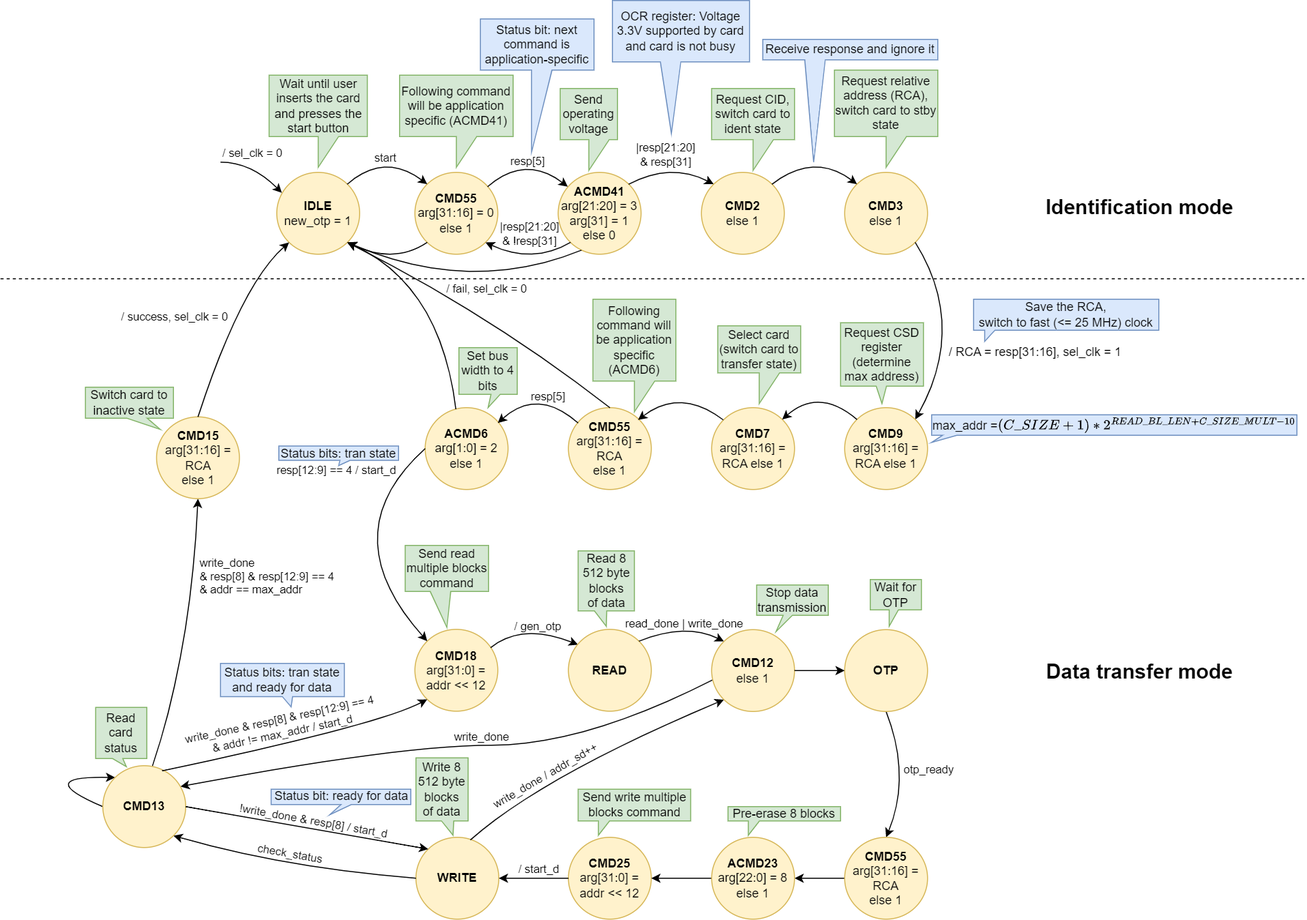
sirazenkov/GhostSD keeps this draw.io diagram as docs/SD/SD_fpga_states.png. Above is the earlier version. Source tidied: cells renumbered, new cells last; positions are measured from the earlier drawing's top-left corner, leaving out a move shared by most shapes.
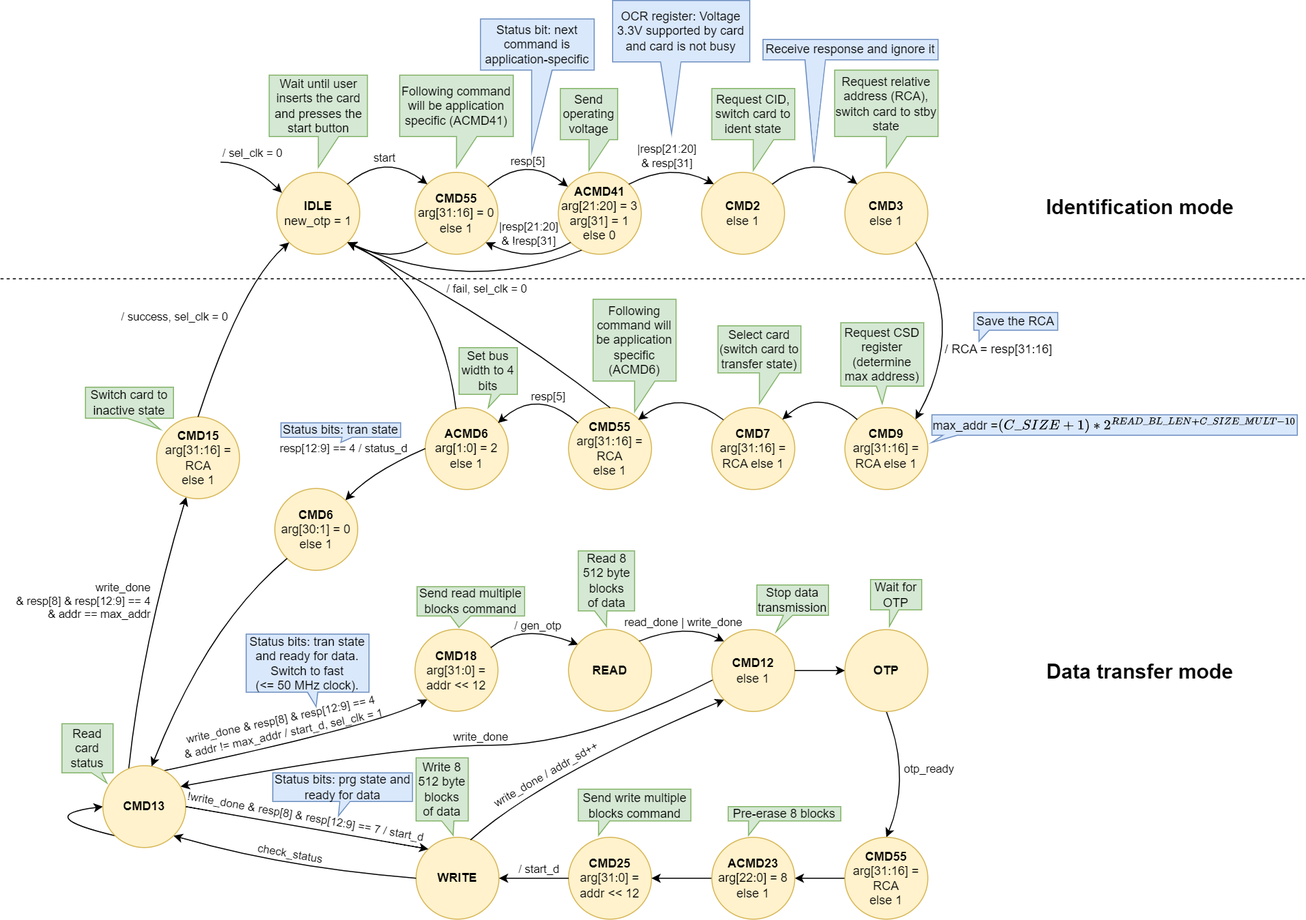
The same file after the commit.

The edit, as a diff of the source:
```diff
@@ -2,6 +2,19 @@
   <root>
     <mxCell id="0" />
     <mxCell id="1" parent="0" />
+    <mxCell id="97" style="curved=1;endArrow=none;html=1;rounded=0;startArrow=classic;startFill=1;endFill=0;exitX=0;exitY=1;exitDx=0;exitDy=0;" parent="1" edge="1" source="25">
+      <mxGeometry relative="1" as="geometry">
+        <mxPoint x="159" y="753" as="targetPoint" />
+        <Array as="points">
+          <mxPoint x="370" y="708" />
+        </Array>
+      </mxGeometry>
+    </mxCell>
+    <mxCell id="98" value="write_done &amp;amp; resp[8] &amp;amp; resp[12:9] == 4&lt;br&gt;&amp;amp; addr != max_addr / start_d, sel_clk = 1" style="edgeLabel;html=1;align=center;verticalAlign=middle;labelBackgroundColor=none;rotation=-12;" parent="97" vertex="1">
+      <mxGeometry x="-0.01" y="11" relative="1" as="geometry">
+        <mxPoint x="-20" y="-26" as="offset" />
+      </mxGeometry>
+    </mxCell>
     <mxCell id="2" value="&lt;b&gt;IDLE&lt;/b&gt;&lt;br&gt;new_otp = 1" style="ellipse;whiteSpace=wrap;html=1;fillColor=#fff2cc;strokeColor=#d6b656;" parent="1" vertex="1">
       <mxGeometry x="270" y="168" width="81" height="80" as="geometry" />
     </mxCell>
@@ -83,8 +96,8 @@
         </Array>
       </mxGeometry>
     </mxCell>
-    <mxCell id="17" value="/ RCA = resp[31:16], sel_clk = 1" style="text;html=1;align=center;verticalAlign=middle;strokeColor=none;fillColor=none;" parent="1" vertex="1">
-      <mxGeometry x="916" y="329" width="190" height="30" as="geometry" />
+    <mxCell id="17" value="/ RCA = resp[31:16]" style="text;html=1;align=center;verticalAlign=middle;strokeColor=none;fillColor=none;" parent="1" vertex="1">
+      <mxGeometry x="913" y="327" width="124" height="27" as="geometry" />
     </mxCell>
     <mxCell id="18" style="curved=1;endArrow=classic;html=1;rounded=0;exitX=1;exitY=1;exitDx=0;exitDy=0;entryX=1;entryY=0;entryDx=0;entryDy=0;" parent="1" edge="1" source="15" target="71">
       <mxGeometry relative="1" as="geometry">
@@ -128,18 +141,18 @@
     <mxCell id="25" value="&lt;b&gt;CMD18&lt;/b&gt;&lt;br&gt;arg[31:0] = addr &amp;lt;&amp;lt; 12" style="ellipse;whiteSpace=wrap;html=1;fillColor=#fff2cc;strokeColor=#d6b656;" parent="1" vertex="1">
       <mxGeometry x="405" y="614.7" width="81" height="80" as="geometry" />
     </mxCell>
-    <mxCell id="26" style="curved=1;endArrow=none;html=1;rounded=0;exitX=0;exitY=0;exitDx=0;exitDy=0;startArrow=classic;startFill=1;endFill=0;entryX=0;entryY=0.5;entryDx=0;entryDy=0;" parent="1" edge="1" source="25" target="22">
+    <mxCell id="26" style="curved=1;endArrow=none;html=1;rounded=0;exitX=1;exitY=0;exitDx=0;exitDy=0;startArrow=classic;startFill=1;endFill=0;entryX=0;entryY=0.5;entryDx=0;entryDy=0;" parent="1" edge="1" source="101" target="22">
       <mxGeometry relative="1" as="geometry">
         <Array as="points">
-          <mxPoint x="323" y="521" />
+          <mxPoint x="364" y="460" />
         </Array>
       </mxGeometry>
     </mxCell>
-    <mxCell id="27" value="resp[12:9] == 4 / start_d" style="edgeLabel;html=1;align=center;verticalAlign=middle;labelBackgroundColor=none;" parent="26" vertex="1">
-      <mxGeometry x="0.23" y="-13" relative="1" as="geometry">
-        <mxPoint x="-21" y="-57" as="offset" />
-      </mxGeometry>
-    </mxCell>
+    <mxCell id="100" value="resp[12:9] == 4 / status_d" style="edgeLabel;html=1;align=center;verticalAlign=middle;labelBackgroundColor=none;" parent="26" vertex="1">
+      <mxGeometry x="0.23" y="-13" relative="1" as="geometry">
+        <mxPoint x="-52" y="-27" as="offset" />
+      </mxGeometry>
+    </mxCell>
     <mxCell id="28" value="&lt;b&gt;CMD25&lt;/b&gt;&lt;br&gt;arg[31:0] = addr &amp;lt;&amp;lt; 12" style="ellipse;whiteSpace=wrap;html=1;fillColor=#fff2cc;strokeColor=#d6b656;" parent="1" vertex="1">
       <mxGeometry x="555" y="818" width="81" height="80" as="geometry" />
     </mxCell>
@@ -169,16 +182,16 @@
         <mxPoint x="-33" y="-22" as="offset" />
       </mxGeometry>
     </mxCell>
-    <mxCell id="33" style="curved=1;endArrow=classic;html=1;rounded=0;exitX=0.598;exitY=0.006;exitDx=0;exitDy=0;entryX=0.5;entryY=1;entryDx=0;entryDy=0;exitPerimeter=0;" parent="1" edge="1" source="86" target="35">
+    <mxCell id="33" style="curved=1;endArrow=classic;html=1;rounded=0;exitX=0.311;exitY=0.048;exitDx=0;exitDy=0;exitPerimeter=0;" parent="1" edge="1" source="86" target="35">
       <mxGeometry relative="1" as="geometry">
         <Array as="points">
-          <mxPoint x="186" y="636" />
+          <mxPoint x="138" y="630" />
         </Array>
       </mxGeometry>
     </mxCell>
-    <mxCell id="34" value="write_done &lt;br&gt;&amp;amp; resp[8] &amp;amp; resp[12:9] == 4&lt;br&gt;&amp;amp; addr == max_addr" style="edgeLabel;html=1;align=left;verticalAlign=middle;labelBackgroundColor=none;" parent="33" vertex="1">
+    <mxCell id="34" value="write_done &lt;br&gt;&amp;amp; resp[8] &amp;amp; resp[12:9] == 4&lt;br&gt;&amp;amp; addr == max_addr" style="edgeLabel;html=1;align=right;verticalAlign=middle;labelBackgroundColor=none;" parent="33" vertex="1">
       <mxGeometry x="0.31" y="-50" relative="1" as="geometry">
-        <mxPoint x="-46" y="-19" as="offset" />
+        <mxPoint x="-55" y="-4" as="offset" />
       </mxGeometry>
     </mxCell>
     <mxCell id="35" value="&lt;b&gt;CMD15&lt;/b&gt;&lt;br&gt;arg[31:16] = RCA&lt;br&gt;else 1" style="ellipse;whiteSpace=wrap;html=1;fillColor=#fff2cc;strokeColor=#d6b656;" parent="1" vertex="1">
@@ -228,8 +241,8 @@
         </Array>
       </mxGeometry>
     </mxCell>
-    <mxCell id="44" value="Send read multiple blocks command" style="shape=callout;whiteSpace=wrap;html=1;perimeter=calloutPerimeter;fillColor=#d5e8d4;strokeColor=#82b366;size=35;position=0.3;" parent="1" vertex="1">
-      <mxGeometry x="395.5" y="532.7" width="81.5" height="80" as="geometry" />
+    <mxCell id="44" value="Send read multiple blocks command" style="shape=callout;whiteSpace=wrap;html=1;perimeter=calloutPerimeter;fillColor=#d5e8d4;strokeColor=#82b366;size=11;position=0.31;position2=0.39;" parent="1" vertex="1">
+      <mxGeometry x="407" y="573" width="105" height="39.7" as="geometry" />
     </mxCell>
     <mxCell id="45" value="Send write multiple blocks command" style="shape=callout;whiteSpace=wrap;html=1;perimeter=calloutPerimeter;fillColor=#d5e8d4;strokeColor=#82b366;size=14;position=0.18;position2=0.18;base=11;" parent="1" vertex="1">
       <mxGeometry x="564.5" y="771" width="110" height="45" as="geometry" />
@@ -276,11 +289,11 @@
     <mxCell id="58" value="Receive response and ignore it" style="shape=callout;whiteSpace=wrap;html=1;perimeter=calloutPerimeter;fillColor=#dae8fc;strokeColor=#6c8ebf;size=100;position=0.24;position2=0.29;" parent="1" vertex="1">
       <mxGeometry x="745" y="38" width="171" height="120" as="geometry" />
     </mxCell>
-    <mxCell id="59" value="Save the RCA,&lt;br&gt;switch to fast (&amp;lt;= 25 MHz) clock" style="shape=callout;whiteSpace=wrap;html=1;perimeter=calloutPerimeter;fillColor=#dae8fc;strokeColor=#6c8ebf;size=11;position=0.06;position2=0.06;base=10;" parent="1" vertex="1">
-      <mxGeometry x="951" y="292" width="181" height="41.2" as="geometry" />
+    <mxCell id="59" value="Save the RCA" style="shape=callout;whiteSpace=wrap;html=1;perimeter=calloutPerimeter;fillColor=#dae8fc;strokeColor=#6c8ebf;size=11;position=0.06;position2=0.06;base=10;" parent="1" vertex="1">
+      <mxGeometry x="951" y="305" width="82" height="28.2" as="geometry" />
     </mxCell>
     <mxCell id="60" value="Status bits: tran state" style="shape=callout;whiteSpace=wrap;html=1;perimeter=calloutPerimeter;fillColor=#dae8fc;strokeColor=#6c8ebf;size=5;position=0.51;position2=0.5;base=10;" parent="1" vertex="1">
-      <mxGeometry x="272" y="435.4" width="117" height="19.1" as="geometry" />
+      <mxGeometry x="274" y="412.9" width="117" height="19.1" as="geometry" />
     </mxCell>
     <mxCell id="61" value="max_addr =\(&lt;br&gt;(C\_SIZE+1)*2^{READ\_BL\_LEN+C\_SIZE\_MULT-10}\)" style="shape=callout;whiteSpace=wrap;html=1;perimeter=calloutPerimeter;fillColor=#dae8fc;strokeColor=#6c8ebf;size=7;position=0.03;position2=0;base=14;" parent="1" vertex="1">
       <mxGeometry x="910" y="405" width="357" height="27" as="geometry" />
@@ -303,7 +316,7 @@
     </mxCell>
     <mxCell id="66" value="read_done | write_done" style="edgeLabel;html=1;align=center;verticalAlign=middle;" parent="65" vertex="1">
       <mxGeometry x="-0.04" y="-7" relative="1" as="geometry">
-        <mxPoint y="-8" as="offset" />
+        <mxPoint y="-9" as="offset" />
       </mxGeometry>
     </mxCell>
     <mxCell id="67" style="curved=1;endArrow=classic;html=1;rounded=0;entryX=1;entryY=0.5;entryDx=0;entryDy=0;exitX=0;exitY=0.5;exitDx=0;exitDy=0;" parent="1" edge="1" source="28" target="64">
@@ -387,10 +400,10 @@
         <mxPoint x="36" y="-3" as="offset" />
       </mxGeometry>
     </mxCell>
-    <mxCell id="84" style="curved=1;endArrow=none;html=1;rounded=0;startArrow=classic;startFill=1;endFill=0;exitX=0;exitY=0;exitDx=0;exitDy=0;entryX=0;entryY=0.5;entryDx=0;entryDy=0;" parent="1" edge="1" source="86" target="86">
+    <mxCell id="84" style="curved=1;endArrow=none;html=1;rounded=0;startArrow=classic;startFill=1;endFill=0;exitX=0;exitY=0.5;exitDx=0;exitDy=0;entryX=0;entryY=1;entryDx=0;entryDy=0;" parent="1" edge="1" source="86" target="86">
       <mxGeometry relative="1" as="geometry">
         <Array as="points">
-          <mxPoint x="30" y="758" />
+          <mxPoint x="30" y="797" />
         </Array>
       </mxGeometry>
     </mxCell>
@@ -418,34 +431,32 @@
     <mxCell id="92" style="curved=1;endArrow=none;html=1;rounded=0;startArrow=classic;startFill=1;endFill=0;exitX=0;exitY=0;exitDx=0;exitDy=0;entryX=1;entryY=0.5;entryDx=0;entryDy=0;" parent="1" edge="1" source="64" target="86">
       <mxGeometry relative="1" as="geometry" />
     </mxCell>
-    <mxCell id="93" value="!write_done &amp;amp; resp[8] / start_d" style="edgeLabel;html=1;align=center;verticalAlign=middle;labelBackgroundColor=none;rotation=10;" parent="92" vertex="1">
+    <mxCell id="93" value="!write_done &amp;amp; resp[8] &amp;amp; resp[12:9] == 7 / start_d" style="edgeLabel;html=1;align=center;verticalAlign=middle;labelBackgroundColor=none;rotation=10;" parent="92" vertex="1">
       <mxGeometry x="-0.01" y="11" relative="1" as="geometry">
-        <mxPoint x="6" y="-19" as="offset" />
+        <mxPoint x="-1" y="-22" as="offset" />
       </mxGeometry>
     </mxCell>
-    <mxCell id="94" value="Status bit: ready for data" style="shape=callout;whiteSpace=wrap;html=1;perimeter=calloutPerimeter;fillColor=#dae8fc;strokeColor=#6c8ebf;size=10;position=0.5;position2=0.42;base=10;" parent="1" vertex="1">
-      <mxGeometry x="264.5" y="771" width="136.5" height="25" as="geometry" />
+    <mxCell id="94" value="Status bits: prg state and ready for data" style="shape=callout;whiteSpace=wrap;html=1;perimeter=calloutPerimeter;fillColor=#dae8fc;strokeColor=#6c8ebf;size=14;position=0.48;position2=0.47;base=10;" parent="1" vertex="1">
+      <mxGeometry x="266" y="755" width="136.5" height="42" as="geometry" />
     </mxCell>
-    <mxCell id="95" value="Read card status" style="shape=callout;whiteSpace=wrap;html=1;perimeter=calloutPerimeter;fillColor=#d5e8d4;strokeColor=#82b366;size=8;position=0.33;position2=0.6;base=10;" parent="1" vertex="1">
-      <mxGeometry x="93" y="691" width="50" height="58" as="geometry" />
+    <mxCell id="95" value="Read card status" style="shape=callout;whiteSpace=wrap;html=1;perimeter=calloutPerimeter;fillColor=#d5e8d4;strokeColor=#82b366;size=10;position=0.58;position2=0.88;base=10;" parent="1" vertex="1">
+      <mxGeometry x="60" y="707" width="50" height="58" as="geometry" />
     </mxCell>
     <mxCell id="96" value="Wait for OTP" style="shape=callout;whiteSpace=wrap;html=1;perimeter=calloutPerimeter;fillColor=#d5e8d4;strokeColor=#82b366;size=16;position=0.37;position2=0.37;base=9;" parent="1" vertex="1">
       <mxGeometry x="850" y="566" width="50" height="45.7" as="geometry" />
     </mxCell>
-    <mxCell id="97" style="curved=1;endArrow=none;html=1;rounded=0;startArrow=classic;startFill=1;endFill=0;exitX=0;exitY=1;exitDx=0;exitDy=0;entryX=0.716;entryY=0.063;entryDx=0;entryDy=0;entryPerimeter=0;" parent="1" edge="1" source="25" target="86">
-      <mxGeometry relative="1" as="geometry">
-        <Array as="points">
-          <mxPoint x="370" y="708" />
-        </Array>
-      </mxGeometry>
-    </mxCell>
-    <mxCell id="98" value="write_done &amp;amp; resp[8] &amp;amp; resp[12:9] == 4&lt;br&gt;&amp;amp; addr != max_addr / start_d" style="edgeLabel;html=1;align=center;verticalAlign=middle;labelBackgroundColor=none;rotation=-12;" parent="97" vertex="1">
-      <mxGeometry x="-0.01" y="11" relative="1" as="geometry">
-        <mxPoint x="-20" y="-26" as="offset" />
-      </mxGeometry>
-    </mxCell>
-    <mxCell id="99" value="Status bits: tran state and ready for data" style="shape=callout;whiteSpace=wrap;html=1;perimeter=calloutPerimeter;fillColor=#dae8fc;strokeColor=#6c8ebf;size=10;position=0.5;position2=0.57;base=10;" parent="1" vertex="1">
-      <mxGeometry x="215" y="648" width="121" height="42.5" as="geometry" />
+    <mxCell id="99" value="Status bits: tran state and ready for data.&lt;br&gt;Switch to fast&lt;br style=&quot;border-color: var(--border-color);&quot;&gt;(&amp;lt;= 50 MHz clock)." style="shape=callout;whiteSpace=wrap;html=1;perimeter=calloutPerimeter;fillColor=#dae8fc;strokeColor=#6c8ebf;size=14;position=0.5;position2=0.57;base=10;" parent="1" vertex="1">
+      <mxGeometry x="240" y="619.2" width="120" height="71" as="geometry" />
     </mxCell>
+    <mxCell id="101" value="&lt;b&gt;CMD6&lt;/b&gt;&lt;br&gt;arg[30:1] = 0&lt;br&gt;else 1" style="ellipse;whiteSpace=wrap;html=1;fillColor=#fff2cc;strokeColor=#d6b656;" parent="1" vertex="1">
+      <mxGeometry x="268" y="477" width="81" height="80" as="geometry" />
+    </mxCell>
+    <mxCell id="102" style="curved=1;endArrow=none;html=1;rounded=0;startArrow=classic;startFill=1;endFill=0;entryX=0;entryY=1;entryDx=0;entryDy=0;exitX=0.588;exitY=0.008;exitDx=0;exitDy=0;exitPerimeter=0;" parent="1" edge="1" source="86" target="101">
+      <mxGeometry relative="1" as="geometry">
+        <Array as="points">
+          <mxPoint x="203" y="609" />
+        </Array>
+      </mxGeometry>
+    </mxCell>
   </root>
 </mxGraphModel>
```
